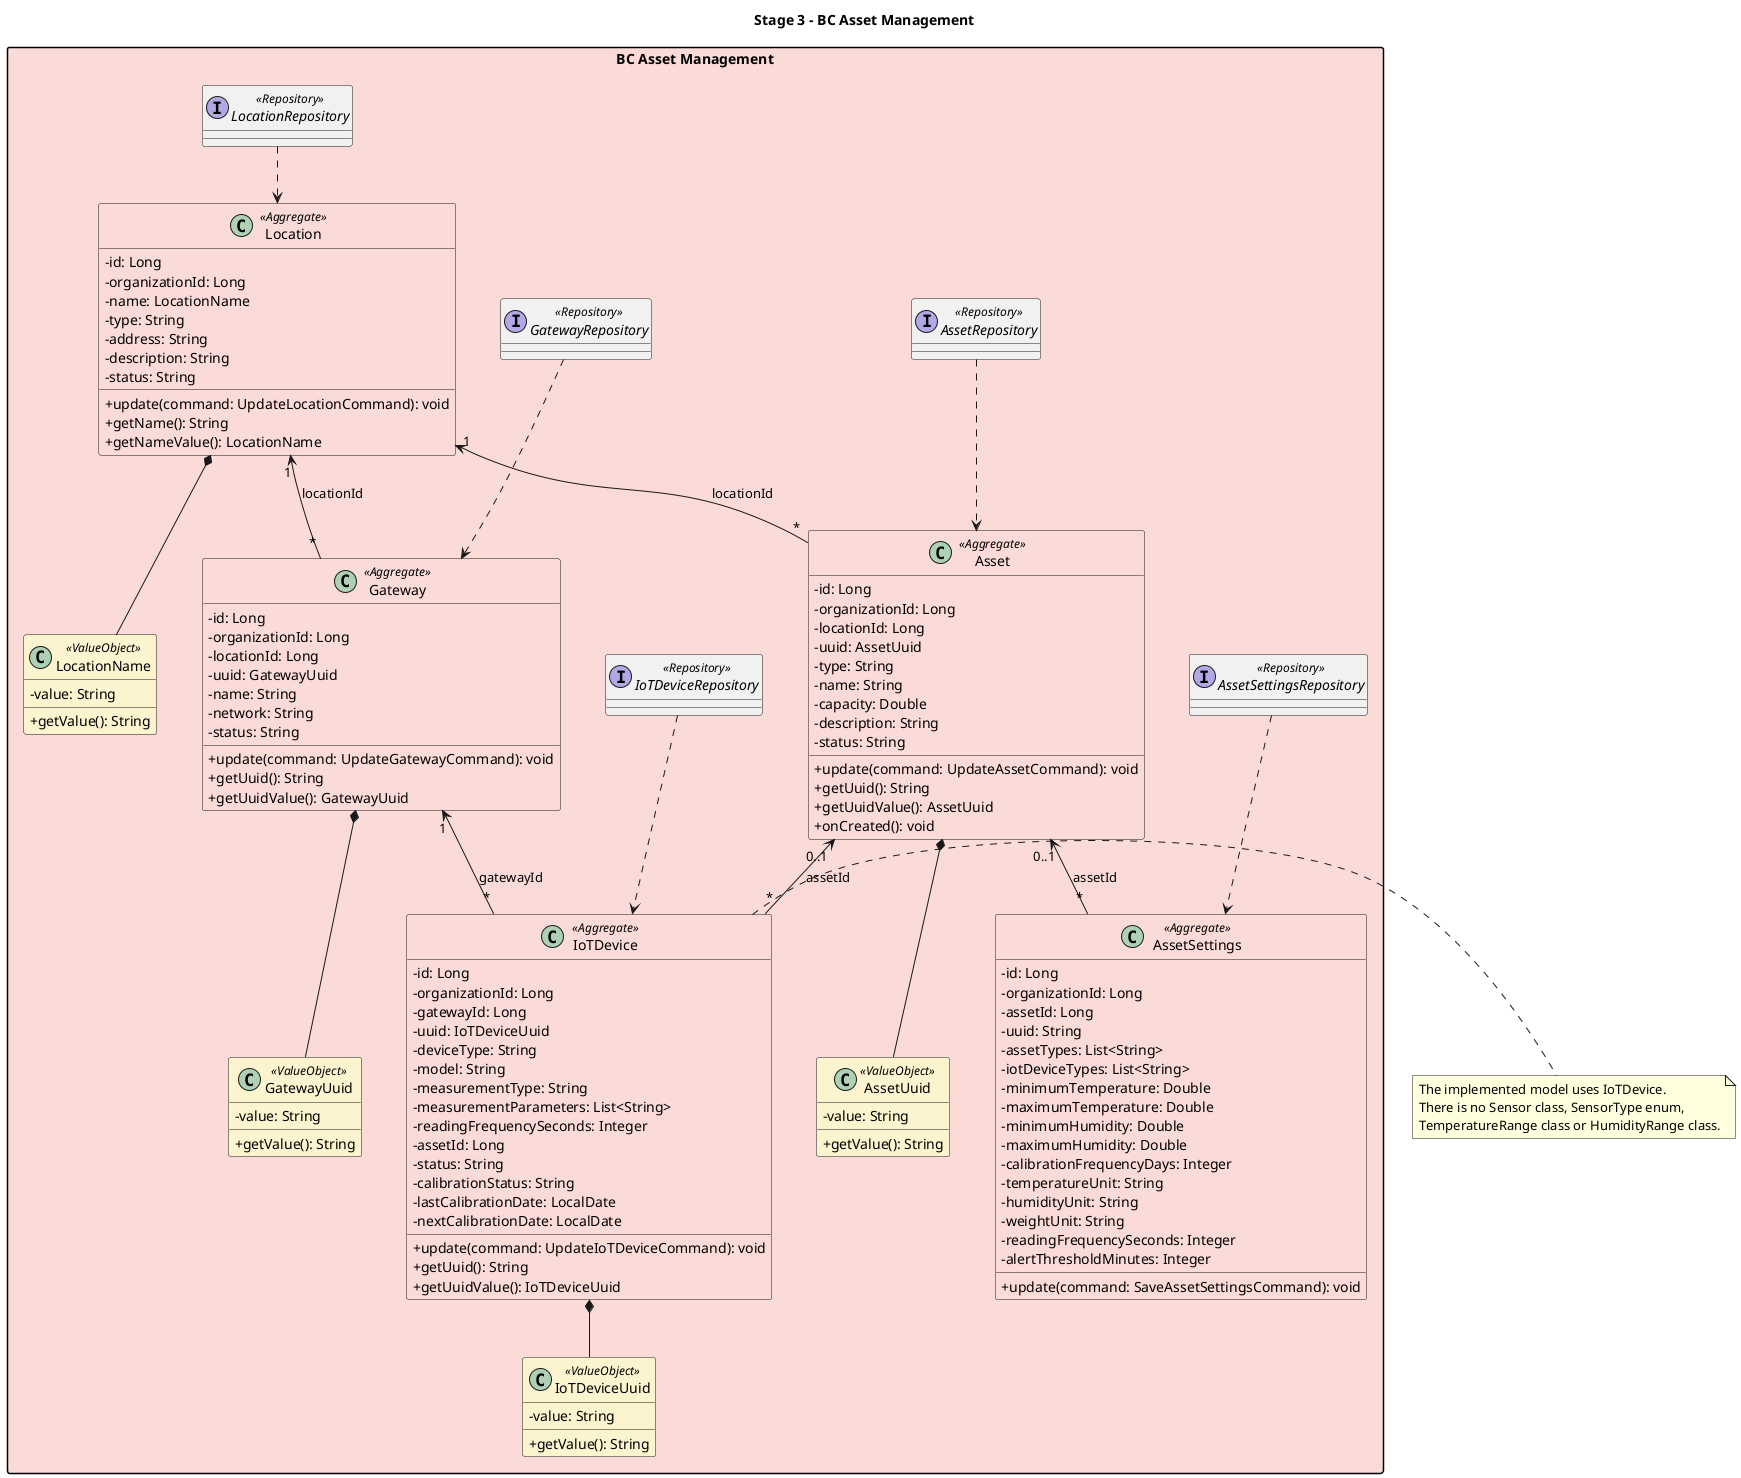
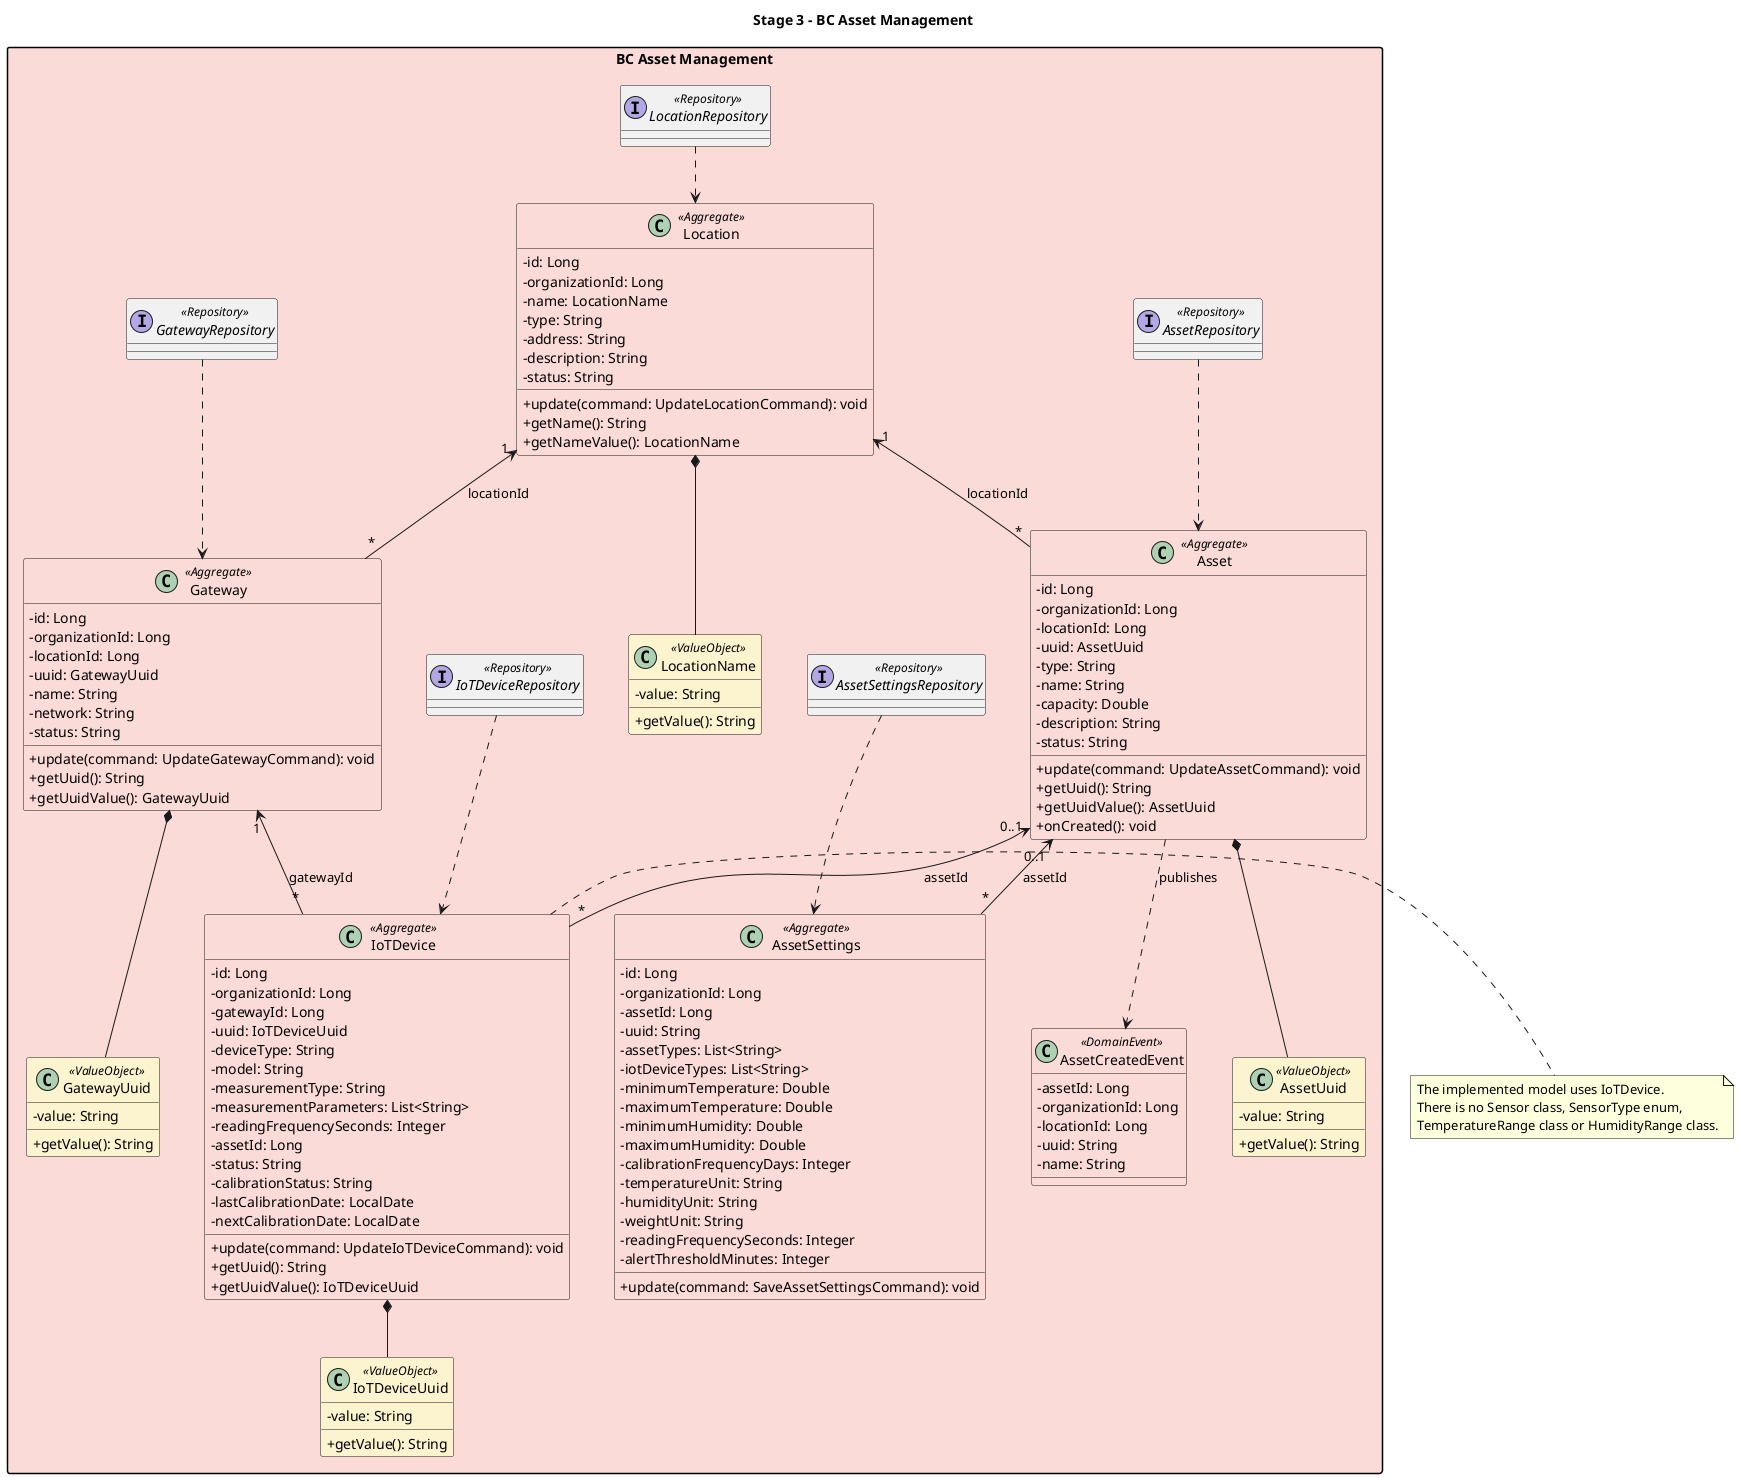
@startuml

title Stage 3 - BC Asset Management

skinparam classAttributeIconSize 0
skinparam nodesep 45
skinparam ranksep 55
skinparam packageStyle rectangle
skinparam shadowing false

package "BC Asset Management" #FADBD8 {

  class Location <<Aggregate>> #FADBD8 {
    - id: Long
    - organizationId: Long
    - name: LocationName
    - type: String
    - address: String
    - description: String
    - status: String
    + update(command: UpdateLocationCommand): void
    + getName(): String
    + getNameValue(): LocationName
  }

  class Asset <<Aggregate>> #FADBD8 {
    - id: Long
    - organizationId: Long
    - locationId: Long
    - uuid: AssetUuid
    - type: String
    - name: String
    - capacity: Double
    - description: String
    - status: String
    + update(command: UpdateAssetCommand): void
    + getUuid(): String
    + getUuidValue(): AssetUuid
    + onCreated(): void
  }

  class Gateway <<Aggregate>> #FADBD8 {
    - id: Long
    - organizationId: Long
    - locationId: Long
    - uuid: GatewayUuid
    - name: String
    - network: String
    - status: String
    + update(command: UpdateGatewayCommand): void
    + getUuid(): String
    + getUuidValue(): GatewayUuid
  }

  class IoTDevice <<Aggregate>> #FADBD8 {
    - id: Long
    - organizationId: Long
    - gatewayId: Long
    - uuid: IoTDeviceUuid
    - deviceType: String
    - model: String
    - measurementType: String
    - measurementParameters: List<String>
    - readingFrequencySeconds: Integer
    - assetId: Long
    - status: String
    - calibrationStatus: String
    - lastCalibrationDate: LocalDate
    - nextCalibrationDate: LocalDate
    + update(command: UpdateIoTDeviceCommand): void
    + getUuid(): String
    + getUuidValue(): IoTDeviceUuid
  }

  class AssetSettings <<Aggregate>> #FADBD8 {
    - id: Long
    - organizationId: Long
    - assetId: Long
    - uuid: String
    - assetTypes: List<String>
    - iotDeviceTypes: List<String>
    - minimumTemperature: Double
    - maximumTemperature: Double
    - minimumHumidity: Double
    - maximumHumidity: Double
    - calibrationFrequencyDays: Integer
    - temperatureUnit: String
    - humidityUnit: String
    - weightUnit: String
    - readingFrequencySeconds: Integer
    - alertThresholdMinutes: Integer
    + update(command: SaveAssetSettingsCommand): void
  }

  class LocationName <<ValueObject>> #FCF3CF {
    - value: String
    + getValue(): String
  }

  class AssetUuid <<ValueObject>> #FCF3CF {
    - value: String
    + getValue(): String
  }

  class GatewayUuid <<ValueObject>> #FCF3CF {
    - value: String
    + getValue(): String
  }

  class IoTDeviceUuid <<ValueObject>> #FCF3CF {
    - value: String
    + getValue(): String
  }

+   class AssetCreatedEvent <<DomainEvent>> #FADBD8 {
+     - assetId: Long
+     - organizationId: Long
+     - locationId: Long
+     - uuid: String
+     - name: String
+   }
+ 
  interface LocationRepository <<Repository>>
  interface AssetRepository <<Repository>>
  interface GatewayRepository <<Repository>>
  interface IoTDeviceRepository <<Repository>>
  interface AssetSettingsRepository <<Repository>>

  Location "1" <-- "*" Asset : locationId
  Location "1" <-- "*" Gateway : locationId
  Gateway "1" <-- "*" IoTDevice : gatewayId
  Asset "0..1" <-- "*" IoTDevice : assetId
  Asset "0..1" <-- "*" AssetSettings : assetId
  Location *-- LocationName
  Asset *-- AssetUuid
  Gateway *-- GatewayUuid
  IoTDevice *-- IoTDeviceUuid
+   Asset ..> AssetCreatedEvent : publishes
  LocationRepository ..> Location
  AssetRepository ..> Asset
  GatewayRepository ..> Gateway
  IoTDeviceRepository ..> IoTDevice
  AssetSettingsRepository ..> AssetSettings
}

note right of IoTDevice
  The implemented model uses IoTDevice.
  There is no Sensor class, SensorType enum,
  TemperatureRange class or HumidityRange class.
end note

@enduml
